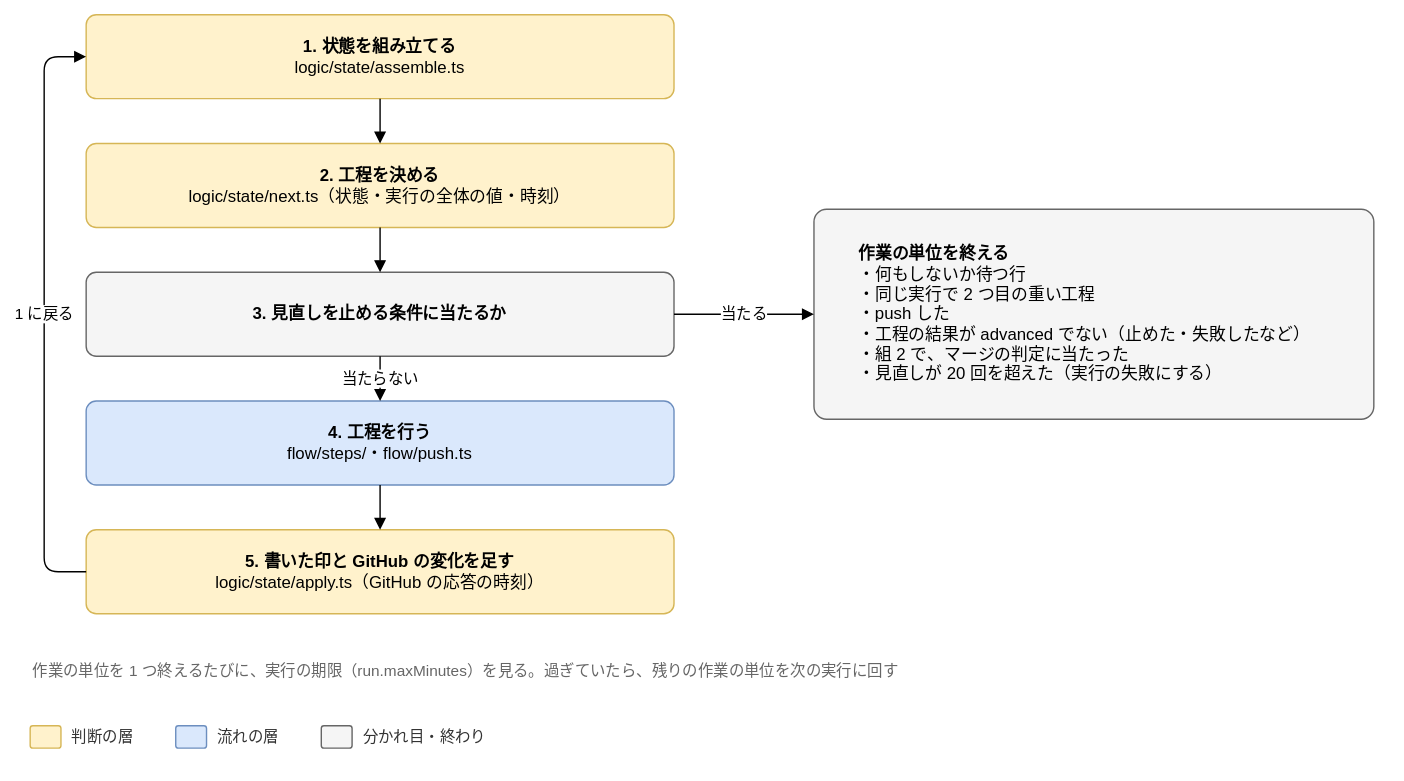
Joymerrevent/dev-autopilot keeps this draw.io diagram as docs/design/detailed/diagrams/08-units.drawio.svg. Above is the earlier version. Source tidied: cells renumbered, new cells last; positions are measured from the earlier drawing's top-left corner, leaving out a move shared by most shapes.
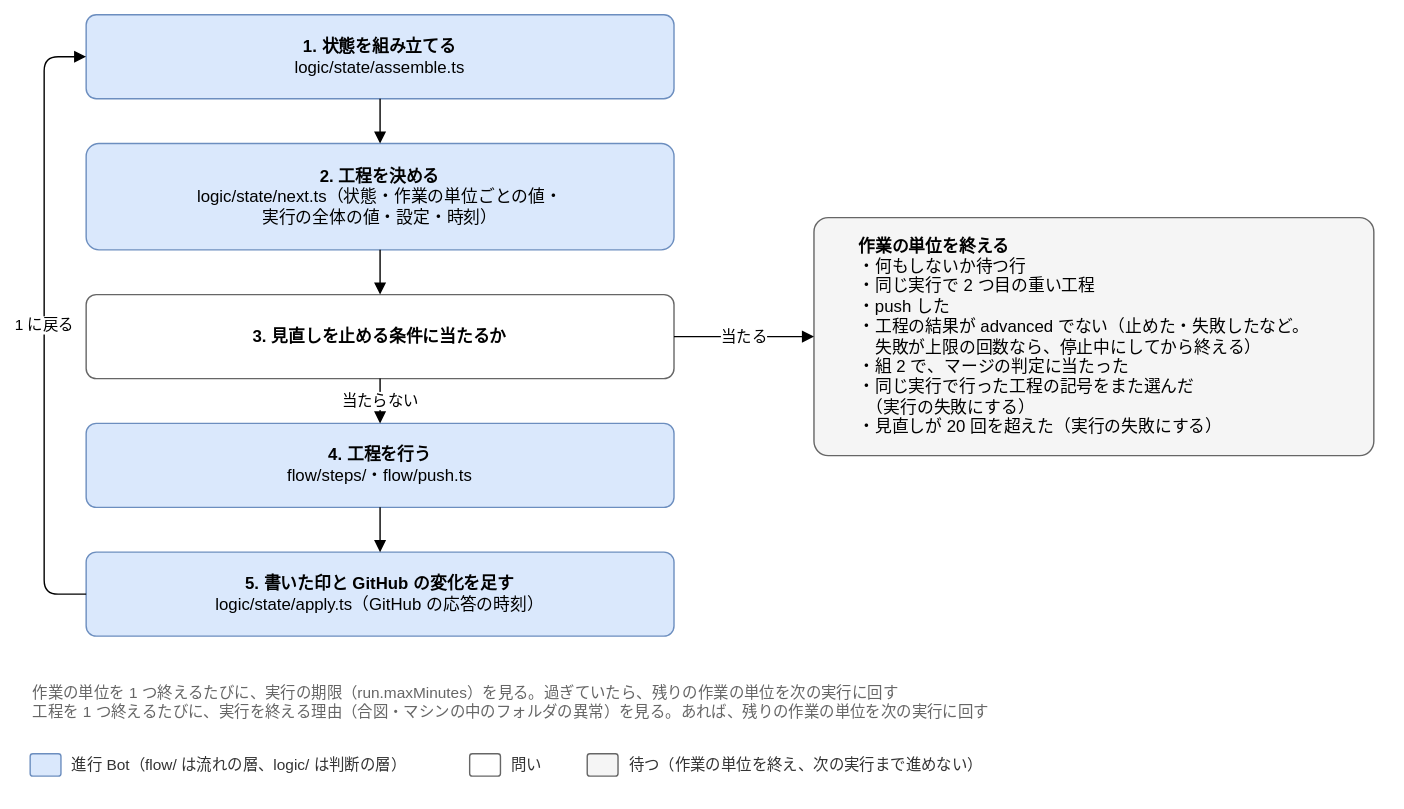
After the commit.

What changed in the source:
```diff
@@ -2,29 +2,29 @@
   <root>
     <mxCell id="0" />
     <mxCell id="1" parent="0" />
-    <mxCell id="2" value="&lt;b&gt;1. 状態を組み立てる&lt;/b&gt;&lt;br&gt;logic/state/assemble.ts" style="rounded=1;whiteSpace=wrap;html=1;fontSize=12;arcSize=12;spacing=12;fillColor=#fff2cc;strokeColor=#d6b656;" parent="1" vertex="1">
+    <mxCell id="2" value="&lt;b&gt;1. 状態を組み立てる&lt;/b&gt;&lt;br&gt;logic/state/assemble.ts" style="rounded=1;whiteSpace=wrap;html=1;fontSize=12;arcSize=12;spacing=12;fillColor=#dae8fc;strokeColor=#6c8ebf;" parent="1" vertex="1">
       <mxGeometry x="40" width="420" height="60" as="geometry" />
     </mxCell>
-    <mxCell id="3" value="&lt;b&gt;2. 工程を決める&lt;/b&gt;&lt;br&gt;logic/state/next.ts（状態・実行の全体の値・時刻）" style="rounded=1;whiteSpace=wrap;html=1;fontSize=12;arcSize=12;spacing=12;fillColor=#fff2cc;strokeColor=#d6b656;" parent="1" vertex="1">
-      <mxGeometry x="40" y="92" width="420" height="60" as="geometry" />
+    <mxCell id="3" value="&lt;b&gt;2. 工程を決める&lt;/b&gt;&lt;br&gt;logic/state/next.ts（状態・作業の単位ごとの値・&lt;br&gt;実行の全体の値・設定・時刻）" style="rounded=1;whiteSpace=wrap;html=1;fontSize=12;arcSize=12;spacing=12;fillColor=#dae8fc;strokeColor=#6c8ebf;" parent="1" vertex="1">
+      <mxGeometry x="40" y="92" width="420" height="76" as="geometry" />
     </mxCell>
     <mxCell id="4" style="edgeStyle=orthogonalEdgeStyle;rounded=1;html=1;endArrow=block;endFill=1;fontSize=11;labelBackgroundColor=#ffffff;exitX=0.5;exitY=1;exitDx=0;exitDy=0;entryX=0.5;entryY=0;entryDx=0;entryDy=0;" parent="1" edge="1" source="2" target="3">
       <mxGeometry relative="1" as="geometry" />
     </mxCell>
-    <mxCell id="5" value="&lt;b&gt;3. 見直しを止める条件に当たるか&lt;/b&gt;" style="rounded=1;whiteSpace=wrap;html=1;fontSize=12;arcSize=12;spacing=12;fillColor=#f5f5f5;strokeColor=#666666;" parent="1" vertex="1">
-      <mxGeometry x="40" y="184" width="420" height="60" as="geometry" />
+    <mxCell id="5" value="&lt;b&gt;3. 見直しを止める条件に当たるか&lt;/b&gt;" style="rounded=1;whiteSpace=wrap;html=1;fontSize=12;arcSize=12;spacing=12;fillColor=#ffffff;strokeColor=#666666;" parent="1" vertex="1">
+      <mxGeometry x="40" y="200" width="420" height="60" as="geometry" />
     </mxCell>
     <mxCell id="6" style="edgeStyle=orthogonalEdgeStyle;rounded=1;html=1;endArrow=block;endFill=1;fontSize=11;labelBackgroundColor=#ffffff;exitX=0.5;exitY=1;exitDx=0;exitDy=0;entryX=0.5;entryY=0;entryDx=0;entryDy=0;" parent="1" edge="1" source="3" target="5">
       <mxGeometry relative="1" as="geometry" />
     </mxCell>
     <mxCell id="7" value="&lt;b&gt;4. 工程を行う&lt;/b&gt;&lt;br&gt;flow/steps/・flow/push.ts" style="rounded=1;whiteSpace=wrap;html=1;fontSize=12;arcSize=12;spacing=12;fillColor=#dae8fc;strokeColor=#6c8ebf;" parent="1" vertex="1">
-      <mxGeometry x="40" y="276" width="420" height="60" as="geometry" />
+      <mxGeometry x="40" y="292" width="420" height="60" as="geometry" />
     </mxCell>
     <mxCell id="8" value="当たらない" style="edgeStyle=orthogonalEdgeStyle;rounded=1;html=1;endArrow=block;endFill=1;fontSize=11;labelBackgroundColor=#ffffff;exitX=0.5;exitY=1;exitDx=0;exitDy=0;entryX=0.5;entryY=0;entryDx=0;entryDy=0;" parent="1" edge="1" source="5" target="7">
       <mxGeometry relative="1" as="geometry" />
     </mxCell>
-    <mxCell id="9" value="&lt;b&gt;5. 書いた印と GitHub の変化を足す&lt;/b&gt;&lt;br&gt;logic/state/apply.ts（GitHub の応答の時刻）" style="rounded=1;whiteSpace=wrap;html=1;fontSize=12;arcSize=12;spacing=12;fillColor=#fff2cc;strokeColor=#d6b656;" parent="1" vertex="1">
-      <mxGeometry x="40" y="368" width="420" height="60" as="geometry" />
+    <mxCell id="9" value="&lt;b&gt;5. 書いた印と GitHub の変化を足す&lt;/b&gt;&lt;br&gt;logic/state/apply.ts（GitHub の応答の時刻）" style="rounded=1;whiteSpace=wrap;html=1;fontSize=12;arcSize=12;spacing=12;fillColor=#dae8fc;strokeColor=#6c8ebf;" parent="1" vertex="1">
+      <mxGeometry x="40" y="384" width="420" height="60" as="geometry" />
     </mxCell>
     <mxCell id="10" style="edgeStyle=orthogonalEdgeStyle;rounded=1;html=1;endArrow=block;endFill=1;fontSize=11;labelBackgroundColor=#ffffff;exitX=0.5;exitY=1;exitDx=0;exitDy=0;entryX=0.5;entryY=0;entryDx=0;entryDy=0;" parent="1" edge="1" source="7" target="9">
       <mxGeometry relative="1" as="geometry" />
@@ -32,37 +32,37 @@
     <mxCell id="11" value="1 に戻る" style="edgeStyle=orthogonalEdgeStyle;rounded=1;html=1;endArrow=block;endFill=1;fontSize=11;labelBackgroundColor=#ffffff;exitX=0;exitY=0.5;exitDx=0;exitDy=0;entryX=0;entryY=0.5;entryDx=0;entryDy=0;" parent="1" edge="1" source="9" target="2">
       <mxGeometry relative="1" as="geometry">
         <Array as="points">
-          <mxPoint x="10" y="398" />
+          <mxPoint x="10" y="414" />
           <mxPoint x="10" y="30" />
         </Array>
       </mxGeometry>
     </mxCell>
-    <mxCell id="12" value="&lt;b&gt;作業の単位を終える&lt;/b&gt;&lt;br&gt;・何もしないか待つ行&lt;br&gt;・同じ実行で 2 つ目の重い工程&lt;br&gt;・push した&lt;br&gt;・工程の結果が advanced でない（止めた・失敗したなど）&lt;br&gt;・組 2 で、マージの判定に当たった&lt;br&gt;・見直しが 20 回を超えた（実行の失敗にする）" style="rounded=1;whiteSpace=wrap;html=1;fontSize=12;arcSize=12;spacing=12;fillColor=#f5f5f5;strokeColor=#666666;align=left;arcSize=6;spacingLeft=20;" parent="1" vertex="1">
-      <mxGeometry x="560" y="139" width="400" height="150" as="geometry" />
+    <mxCell id="12" value="&lt;b&gt;作業の単位を終える&lt;/b&gt;&lt;br&gt;・何もしないか待つ行&lt;br&gt;・同じ実行で 2 つ目の重い工程&lt;br&gt;・push した&lt;br&gt;・工程の結果が advanced でない（止めた・失敗したなど。&lt;br&gt;　失敗が上限の回数なら、停止中にしてから終える）&lt;br&gt;・組 2 で、マージの判定に当たった&lt;br&gt;・同じ実行で行った工程の記号をまた選んだ&lt;br&gt;　（実行の失敗にする）&lt;br&gt;・見直しが 20 回を超えた（実行の失敗にする）" style="rounded=1;whiteSpace=wrap;html=1;fontSize=12;arcSize=12;spacing=12;fillColor=#f5f5f5;strokeColor=#666666;align=left;arcSize=6;spacingLeft=20;" parent="1" vertex="1">
+      <mxGeometry x="560" y="145" width="400" height="170" as="geometry" />
     </mxCell>
     <mxCell id="13" value="当たる" style="edgeStyle=orthogonalEdgeStyle;rounded=1;html=1;endArrow=block;endFill=1;fontSize=11;labelBackgroundColor=#ffffff;exitX=1;exitY=0.5;exitDx=0;exitDy=0;entryX=0;entryY=0.5;entryDx=0;entryDy=0;" parent="1" edge="1" source="5" target="12">
       <mxGeometry relative="1" as="geometry" />
     </mxCell>
-    <mxCell id="14" value="作業の単位を 1 つ終えるたびに、実行の期限（run.maxMinutes）を見る。過ぎていたら、残りの作業の単位を次の実行に回す" style="text;html=1;whiteSpace=wrap;align=left;verticalAlign=top;fontSize=11;fontColor=#666666;" parent="1" vertex="1">
-      <mxGeometry y="456" width="700" height="40" as="geometry" />
+    <mxCell id="14" value="作業の単位を 1 つ終えるたびに、実行の期限（run.maxMinutes）を見る。過ぎていたら、残りの作業の単位を次の実行に回す&lt;br&gt;工程を 1 つ終えるたびに、実行を終える理由（合図・マシンの中のフォルダの異常）を見る。あれば、残りの作業の単位を次の実行に回す" style="text;html=1;whiteSpace=wrap;align=left;verticalAlign=top;fontSize=11;fontColor=#666666;" parent="1" vertex="1">
+      <mxGeometry y="472" width="700" height="44" as="geometry" />
     </mxCell>
-    <mxCell id="15" style="rounded=1;whiteSpace=wrap;html=1;fontSize=12;arcSize=12;spacing=12;fillColor=#fff2cc;strokeColor=#d6b656;" parent="1" vertex="1">
-      <mxGeometry y="508" width="22" height="16" as="geometry" />
+    <mxCell id="15" style="rounded=1;whiteSpace=wrap;html=1;fontSize=12;arcSize=12;spacing=12;fillColor=#dae8fc;strokeColor=#6c8ebf;" parent="1" vertex="1">
+      <mxGeometry y="528" width="22" height="16" as="geometry" />
     </mxCell>
-    <mxCell id="16" value="判断の層" style="text;html=1;align=left;verticalAlign=middle;fontSize=11;fontColor=#333333;" parent="1" vertex="1">
-      <mxGeometry x="28" y="506" width="60" height="20" as="geometry" />
+    <mxCell id="16" value="進行 Bot（flow/ は流れの層、logic/ は判断の層）" style="text;html=1;align=left;verticalAlign=middle;fontSize=11;fontColor=#333333;" parent="1" vertex="1">
+      <mxGeometry x="28" y="526" width="270" height="20" as="geometry" />
     </mxCell>
-    <mxCell id="17" style="rounded=1;whiteSpace=wrap;html=1;fontSize=12;arcSize=12;spacing=12;fillColor=#dae8fc;strokeColor=#6c8ebf;" parent="1" vertex="1">
-      <mxGeometry x="104" y="508" width="22" height="16" as="geometry" />
+    <mxCell id="17" style="rounded=1;whiteSpace=wrap;html=1;fontSize=12;arcSize=12;spacing=12;fillColor=#ffffff;strokeColor=#666666;" parent="1" vertex="1">
+      <mxGeometry x="314" y="528" width="22" height="16" as="geometry" />
     </mxCell>
-    <mxCell id="18" value="流れの層" style="text;html=1;align=left;verticalAlign=middle;fontSize=11;fontColor=#333333;" parent="1" vertex="1">
-      <mxGeometry x="132" y="506" width="60" height="20" as="geometry" />
+    <mxCell id="18" value="問い" style="text;html=1;align=left;verticalAlign=middle;fontSize=11;fontColor=#333333;" parent="1" vertex="1">
+      <mxGeometry x="342" y="526" width="40" height="20" as="geometry" />
     </mxCell>
     <mxCell id="19" style="rounded=1;whiteSpace=wrap;html=1;fontSize=12;arcSize=12;spacing=12;fillColor=#f5f5f5;strokeColor=#666666;" parent="1" vertex="1">
-      <mxGeometry x="208" y="508" width="22" height="16" as="geometry" />
+      <mxGeometry x="398" y="528" width="22" height="16" as="geometry" />
     </mxCell>
-    <mxCell id="20" value="分かれ目・終わり" style="text;html=1;align=left;verticalAlign=middle;fontSize=11;fontColor=#333333;" parent="1" vertex="1">
-      <mxGeometry x="236" y="506" width="100" height="20" as="geometry" />
+    <mxCell id="20" value="待つ（作業の単位を終え、次の実行まで進めない）" style="text;html=1;align=left;verticalAlign=middle;fontSize=11;fontColor=#333333;" parent="1" vertex="1">
+      <mxGeometry x="426" y="526" width="280" height="20" as="geometry" />
     </mxCell>
   </root>
 </mxGraphModel>
```
